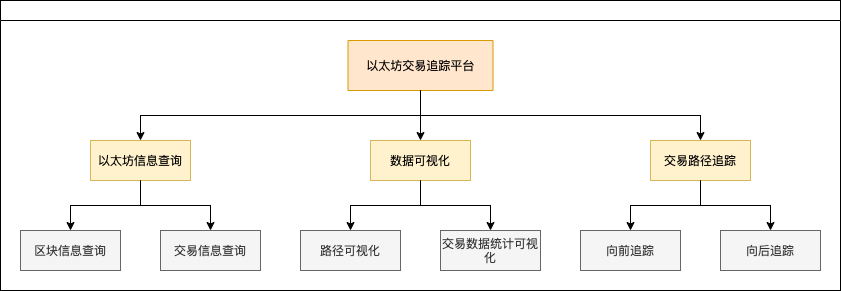
Earlier version of the draw.io export Untitled Diagram.drawio.png (yoyo-del/myfirstrepository). Source tidied: cells renumbered, new cells last; positions are measured from the earlier drawing's top-left corner, leaving out a move shared by most shapes. Source of this version:
```xml
<mxGraphModel>
  <root>
    <mxCell id="0" />
    <mxCell id="1" parent="0" />
    <mxCell id="2" style="edgeStyle=orthogonalEdgeStyle;rounded=0;orthogonalLoop=1;jettySize=auto;html=1;exitX=0.5;exitY=1;exitDx=0;exitDy=0;" parent="1" edge="1">
      <mxGeometry relative="1" as="geometry">
        <mxPoint x="180" y="150" as="sourcePoint" />
        <mxPoint x="180" y="150" as="targetPoint" />
      </mxGeometry>
    </mxCell>
    <mxCell id="3" style="swimlane;startSize=20;horizontal=1;horizontalTree=0;containerType=tree;" parent="1" vertex="1">
      <mxGeometry width="840" height="290" as="geometry" />
    </mxCell>
    <mxCell id="4" value="以太坊交易追踪平台" style="whiteSpace=wrap;html=1;fillColor=#ffe6cc;strokeColor=#d79b00;" parent="3" vertex="1">
      <mxGeometry x="347.5" y="40" width="145" height="50" as="geometry" />
    </mxCell>
    <mxCell id="5" value="以太坊信息查询" style="whiteSpace=wrap;html=1;fillColor=#fff2cc;strokeColor=#d6b656;" parent="3" vertex="1">
      <mxGeometry x="90" y="140" width="100" height="40" as="geometry" />
    </mxCell>
    <mxCell id="6" style="edgeStyle=elbowEdgeStyle;elbow=vertical;html=1;rounded=0;" parent="3" edge="1" source="4" target="5">
      <mxGeometry relative="1" as="geometry" />
    </mxCell>
    <mxCell id="7" value="数据可视化" style="whiteSpace=wrap;html=1;fillColor=#fff2cc;strokeColor=#d6b656;" parent="3" vertex="1">
      <mxGeometry x="370" y="140" width="100" height="40" as="geometry" />
    </mxCell>
    <mxCell id="8" style="edgeStyle=elbowEdgeStyle;elbow=vertical;html=1;rounded=0;" parent="3" edge="1" source="4" target="7">
      <mxGeometry relative="1" as="geometry" />
    </mxCell>
    <mxCell id="9" style="edgeStyle=elbowEdgeStyle;elbow=vertical;html=1;rounded=0;" parent="3" edge="1" source="5" target="10">
      <mxGeometry relative="1" as="geometry" />
    </mxCell>
    <mxCell id="10" value="区块信息查询" style="whiteSpace=wrap;html=1;fillColor=#f5f5f5;fontColor=#333333;strokeColor=#666666;" parent="3" vertex="1">
      <mxGeometry x="20" y="230" width="100" height="40" as="geometry" />
    </mxCell>
    <mxCell id="11" style="edgeStyle=elbowEdgeStyle;elbow=vertical;html=1;rounded=0;" parent="3" edge="1" source="4" target="12">
      <mxGeometry relative="1" as="geometry" />
    </mxCell>
    <mxCell id="12" value="交易路径追踪" style="whiteSpace=wrap;html=1;fillColor=#fff2cc;strokeColor=#d6b656;" parent="3" vertex="1">
      <mxGeometry x="650" y="140" width="100" height="40" as="geometry" />
    </mxCell>
    <mxCell id="13" style="edgeStyle=elbowEdgeStyle;elbow=vertical;html=1;rounded=0;" parent="3" edge="1" source="7" target="14">
      <mxGeometry relative="1" as="geometry" />
    </mxCell>
    <mxCell id="14" value="路径可视化" style="whiteSpace=wrap;html=1;fillColor=#f5f5f5;fontColor=#333333;strokeColor=#666666;" parent="3" vertex="1">
      <mxGeometry x="300" y="230" width="100" height="40" as="geometry" />
    </mxCell>
    <mxCell id="15" style="edgeStyle=elbowEdgeStyle;elbow=vertical;html=1;rounded=0;" parent="3" edge="1" source="12" target="16">
      <mxGeometry relative="1" as="geometry" />
    </mxCell>
    <mxCell id="16" value="向前追踪" style="whiteSpace=wrap;html=1;fillColor=#f5f5f5;fontColor=#333333;strokeColor=#666666;" parent="3" vertex="1">
      <mxGeometry x="580" y="230" width="100" height="40" as="geometry" />
    </mxCell>
    <mxCell id="17" style="edgeStyle=elbowEdgeStyle;elbow=vertical;html=1;rounded=0;" parent="3" edge="1" source="12" target="18">
      <mxGeometry relative="1" as="geometry" />
    </mxCell>
    <mxCell id="18" value="向后追踪" style="whiteSpace=wrap;html=1;fillColor=#f5f5f5;fontColor=#333333;strokeColor=#666666;" parent="3" vertex="1">
      <mxGeometry x="720" y="230" width="100" height="40" as="geometry" />
    </mxCell>
    <mxCell id="19" style="edgeStyle=elbowEdgeStyle;elbow=vertical;html=1;rounded=0;" parent="3" edge="1" source="7" target="20">
      <mxGeometry relative="1" as="geometry" />
    </mxCell>
    <mxCell id="20" value="交易数据统计可视化" style="whiteSpace=wrap;html=1;fillColor=#f5f5f5;fontColor=#333333;strokeColor=#666666;" parent="3" vertex="1">
      <mxGeometry x="440" y="230" width="100" height="40" as="geometry" />
    </mxCell>
    <mxCell id="21" style="edgeStyle=elbowEdgeStyle;elbow=vertical;html=1;rounded=0;" parent="3" edge="1" source="5" target="22">
      <mxGeometry relative="1" as="geometry" />
    </mxCell>
    <mxCell id="22" value="交易信息查询" style="whiteSpace=wrap;html=1;fillColor=#f5f5f5;fontColor=#333333;strokeColor=#666666;" parent="3" vertex="1">
      <mxGeometry x="160" y="230" width="100" height="40" as="geometry" />
    </mxCell>
  </root>
</mxGraphModel>
```
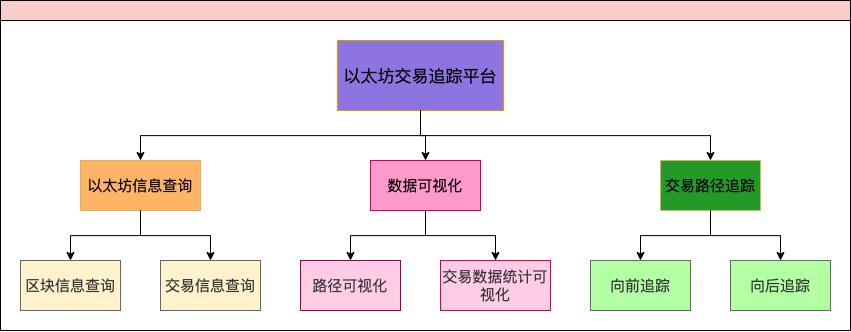
The same file after the commit.

Diff of the diagram source:
```diff
@@ -4,69 +4,75 @@
     <mxCell id="1" parent="0" />
     <mxCell id="2" style="edgeStyle=orthogonalEdgeStyle;rounded=0;orthogonalLoop=1;jettySize=auto;html=1;exitX=0.5;exitY=1;exitDx=0;exitDy=0;" parent="1" edge="1">
       <mxGeometry relative="1" as="geometry">
-        <mxPoint x="180" y="150" as="sourcePoint" />
-        <mxPoint x="180" y="150" as="targetPoint" />
+        <mxPoint x="170" y="40" as="sourcePoint" />
+        <mxPoint x="170" y="40" as="targetPoint" />
       </mxGeometry>
     </mxCell>
-    <mxCell id="3" style="swimlane;startSize=20;horizontal=1;horizontalTree=0;containerType=tree;" parent="1" vertex="1">
-      <mxGeometry width="840" height="290" as="geometry" />
+    <mxCell id="3" style="swimlane;startSize=20;horizontal=1;horizontalTree=0;containerType=tree;fillColor=#F8CECC;" parent="1" vertex="1">
+      <mxGeometry width="850" height="330" as="geometry" />
     </mxCell>
-    <mxCell id="4" value="以太坊交易追踪平台" style="whiteSpace=wrap;html=1;fillColor=#ffe6cc;strokeColor=#d79b00;" parent="3" vertex="1">
-      <mxGeometry x="347.5" y="40" width="145" height="50" as="geometry" />
+    <mxCell id="4" value="&lt;font style=&quot;font-size: 17px&quot;&gt;以太坊交易追踪平台&lt;/font&gt;" style="whiteSpace=wrap;html=1;fillColor=#8E74E0;strokeColor=#d79b00;" parent="3" vertex="1">
+      <mxGeometry x="336.9" y="40" width="166.2" height="70" as="geometry" />
     </mxCell>
-    <mxCell id="5" value="以太坊信息查询" style="whiteSpace=wrap;html=1;fillColor=#fff2cc;strokeColor=#d6b656;" parent="3" vertex="1">
-      <mxGeometry x="90" y="140" width="100" height="40" as="geometry" />
+    <mxCell id="5" value="&lt;font style=&quot;font-size: 15px&quot;&gt;以太坊信息查询&lt;/font&gt;" style="whiteSpace=wrap;html=1;fillColor=#FFB366;strokeColor=#d6b656;" parent="3" vertex="1">
+      <mxGeometry x="80" y="160" width="120" height="50" as="geometry" />
     </mxCell>
     <mxCell id="6" style="edgeStyle=elbowEdgeStyle;elbow=vertical;html=1;rounded=0;" parent="3" edge="1" source="4" target="5">
       <mxGeometry relative="1" as="geometry" />
     </mxCell>
-    <mxCell id="7" value="数据可视化" style="whiteSpace=wrap;html=1;fillColor=#fff2cc;strokeColor=#d6b656;" parent="3" vertex="1">
-      <mxGeometry x="370" y="140" width="100" height="40" as="geometry" />
+    <mxCell id="7" value="&lt;font style=&quot;font-size: 15px&quot;&gt;数据可视化&lt;/font&gt;" style="whiteSpace=wrap;html=1;fillColor=#FF99CC;strokeColor=#CC0066;" parent="3" vertex="1">
+      <mxGeometry x="370" y="160" width="110" height="50" as="geometry" />
     </mxCell>
-    <mxCell id="8" style="edgeStyle=elbowEdgeStyle;elbow=vertical;html=1;rounded=0;" parent="3" edge="1" source="4" target="7">
+    <mxCell id="8" style="edgeStyle=elbowEdgeStyle;elbow=vertical;html=1;rounded=0;" parent="3" edge="1" source="4" target="24">
       <mxGeometry relative="1" as="geometry" />
     </mxCell>
     <mxCell id="9" style="edgeStyle=elbowEdgeStyle;elbow=vertical;html=1;rounded=0;" parent="3" edge="1" source="5" target="10">
       <mxGeometry relative="1" as="geometry" />
     </mxCell>
-    <mxCell id="10" value="区块信息查询" style="whiteSpace=wrap;html=1;fillColor=#f5f5f5;fontColor=#333333;strokeColor=#666666;" parent="3" vertex="1">
-      <mxGeometry x="20" y="230" width="100" height="40" as="geometry" />
+    <mxCell id="10" value="&lt;font style=&quot;font-size: 15px&quot;&gt;区块信息查询&lt;/font&gt;" style="whiteSpace=wrap;html=1;fillColor=#FFF2CC;fontColor=#333333;strokeColor=#666666;" parent="3" vertex="1">
+      <mxGeometry x="20" y="260" width="100" height="50" as="geometry" />
     </mxCell>
     <mxCell id="11" style="edgeStyle=elbowEdgeStyle;elbow=vertical;html=1;rounded=0;" parent="3" edge="1" source="4" target="12">
       <mxGeometry relative="1" as="geometry" />
     </mxCell>
-    <mxCell id="12" value="交易路径追踪" style="whiteSpace=wrap;html=1;fillColor=#fff2cc;strokeColor=#d6b656;" parent="3" vertex="1">
-      <mxGeometry x="650" y="140" width="100" height="40" as="geometry" />
+    <mxCell id="12" value="&lt;font style=&quot;font-size: 15px&quot;&gt;交易路径追踪&lt;/font&gt;" style="whiteSpace=wrap;html=1;fillColor=#239927;strokeColor=#d6b656;" parent="3" vertex="1">
+      <mxGeometry x="660" y="160" width="100" height="50" as="geometry" />
     </mxCell>
     <mxCell id="13" style="edgeStyle=elbowEdgeStyle;elbow=vertical;html=1;rounded=0;" parent="3" edge="1" source="7" target="14">
       <mxGeometry relative="1" as="geometry" />
     </mxCell>
-    <mxCell id="14" value="路径可视化" style="whiteSpace=wrap;html=1;fillColor=#f5f5f5;fontColor=#333333;strokeColor=#666666;" parent="3" vertex="1">
-      <mxGeometry x="300" y="230" width="100" height="40" as="geometry" />
+    <mxCell id="14" value="&lt;font style=&quot;font-size: 15px&quot;&gt;路径可视化&lt;/font&gt;" style="whiteSpace=wrap;html=1;fillColor=#FFCCE6;fontColor=#333333;strokeColor=#99004D;" parent="3" vertex="1">
+      <mxGeometry x="300" y="260" width="100" height="50" as="geometry" />
     </mxCell>
     <mxCell id="15" style="edgeStyle=elbowEdgeStyle;elbow=vertical;html=1;rounded=0;" parent="3" edge="1" source="12" target="16">
       <mxGeometry relative="1" as="geometry" />
     </mxCell>
-    <mxCell id="16" value="向前追踪" style="whiteSpace=wrap;html=1;fillColor=#f5f5f5;fontColor=#333333;strokeColor=#666666;" parent="3" vertex="1">
-      <mxGeometry x="580" y="230" width="100" height="40" as="geometry" />
+    <mxCell id="16" value="&lt;font style=&quot;font-size: 15px&quot;&gt;向前追踪&lt;/font&gt;" style="whiteSpace=wrap;html=1;fillColor=#B3FFA3;fontColor=#333333;strokeColor=#666666;" parent="3" vertex="1">
+      <mxGeometry x="590" y="260" width="100" height="50" as="geometry" />
     </mxCell>
     <mxCell id="17" style="edgeStyle=elbowEdgeStyle;elbow=vertical;html=1;rounded=0;" parent="3" edge="1" source="12" target="18">
       <mxGeometry relative="1" as="geometry" />
     </mxCell>
-    <mxCell id="18" value="向后追踪" style="whiteSpace=wrap;html=1;fillColor=#f5f5f5;fontColor=#333333;strokeColor=#666666;" parent="3" vertex="1">
-      <mxGeometry x="720" y="230" width="100" height="40" as="geometry" />
+    <mxCell id="18" value="&lt;font style=&quot;font-size: 15px&quot;&gt;向后追踪&lt;/font&gt;" style="whiteSpace=wrap;html=1;fillColor=#B3FFA3;fontColor=#333333;strokeColor=#666666;" parent="3" vertex="1">
+      <mxGeometry x="730" y="260" width="100" height="50" as="geometry" />
     </mxCell>
     <mxCell id="19" style="edgeStyle=elbowEdgeStyle;elbow=vertical;html=1;rounded=0;" parent="3" edge="1" source="7" target="20">
       <mxGeometry relative="1" as="geometry" />
     </mxCell>
-    <mxCell id="20" value="交易数据统计可视化" style="whiteSpace=wrap;html=1;fillColor=#f5f5f5;fontColor=#333333;strokeColor=#666666;" parent="3" vertex="1">
-      <mxGeometry x="440" y="230" width="100" height="40" as="geometry" />
+    <mxCell id="20" value="&lt;font style=&quot;font-size: 15px&quot;&gt;交易数据统计可视化&lt;/font&gt;" style="whiteSpace=wrap;html=1;fillColor=#FFCCE6;fontColor=#333333;strokeColor=#CC0066;" parent="3" vertex="1">
+      <mxGeometry x="440" y="260" width="110" height="50" as="geometry" />
     </mxCell>
     <mxCell id="21" style="edgeStyle=elbowEdgeStyle;elbow=vertical;html=1;rounded=0;" parent="3" edge="1" source="5" target="22">
       <mxGeometry relative="1" as="geometry" />
     </mxCell>
-    <mxCell id="22" value="交易信息查询" style="whiteSpace=wrap;html=1;fillColor=#f5f5f5;fontColor=#333333;strokeColor=#666666;" parent="3" vertex="1">
-      <mxGeometry x="160" y="230" width="100" height="40" as="geometry" />
+    <mxCell id="22" value="&lt;font style=&quot;font-size: 15px&quot;&gt;交易信息查询&lt;/font&gt;" style="whiteSpace=wrap;html=1;fillColor=#FFF2CC;fontColor=#333333;strokeColor=#666666;" parent="3" vertex="1">
+      <mxGeometry x="160" y="260" width="100" height="50" as="geometry" />
     </mxCell>
+    <mxCell id="23" style="edgeStyle=elbowEdgeStyle;elbow=vertical;html=1;rounded=0;" parent="3" edge="1" source="24" target="7">
+      <mxGeometry relative="1" as="geometry" />
+    </mxCell>
+    <mxCell id="24" value="&lt;font style=&quot;font-size: 15px&quot;&gt;数据可视化&lt;/font&gt;" style="whiteSpace=wrap;html=1;fillColor=#FF99CC;strokeColor=#CC0066;" parent="3" vertex="1">
+      <mxGeometry x="370" y="160" width="110" height="50" as="geometry" />
+    </mxCell>
   </root>
 </mxGraphModel>
```
